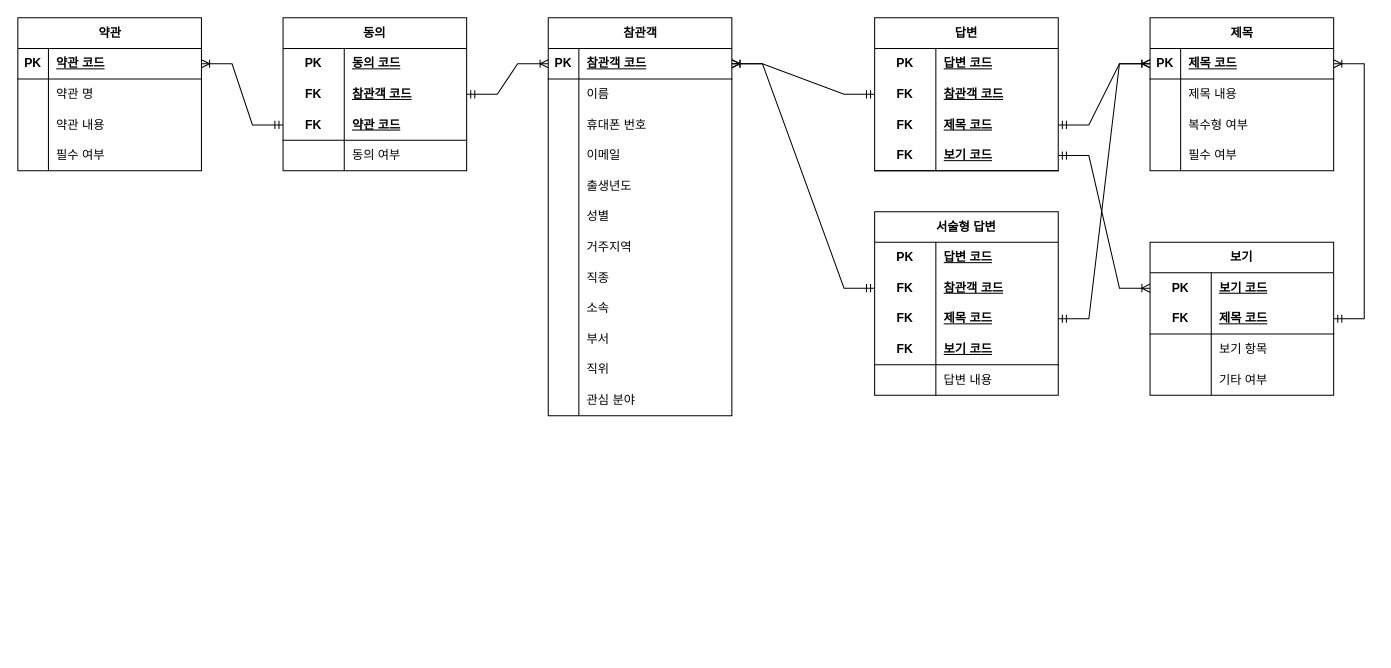
This is page "RM" (2 of 2) of space-design-fair-pre-erd.drawio from hann0079/erd-for-es, a draw.io file, before an edit. Source tidied: cells renumbered, new cells numbered last; positions are measured from the earlier drawing's top-left corner, leaving out a move shared by most shapes. Both pictures are drawn from the tidied source at 102%, with x=0, y=0 at pixel (17, 17).
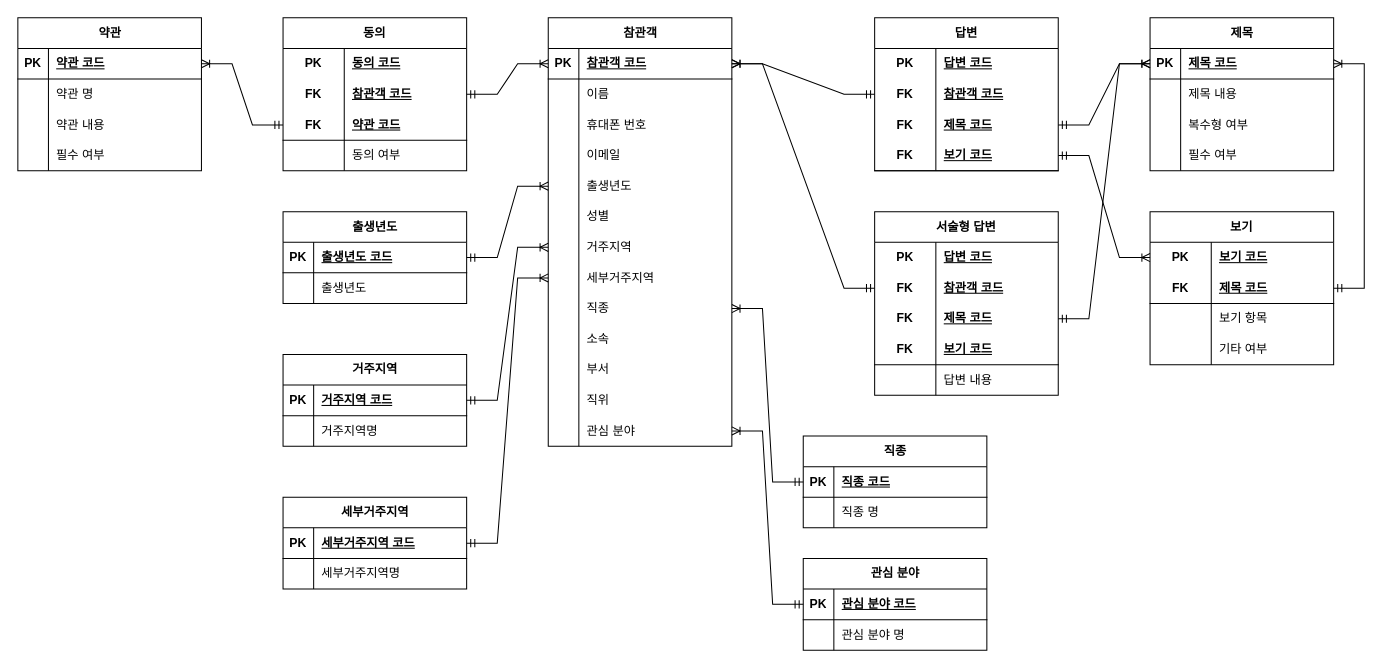
The same page after the edit.

The change refers to these unchanged cells:
```xml
<mxCell id="28" style="shape=tableRow;horizontal=0;startSize=0;swimlaneHead=0;swimlaneBody=0;fillColor=none;points=[[0,0.5],[1,0.5]];portConstraint=eastwest;top=0;left=0;right=0;bottom=0;" parent="15" vertex="1">
  <mxGeometry y="150" width="180" height="30" as="geometry" />
</mxCell>
<mxCell id="34" style="shape=tableRow;horizontal=0;startSize=0;swimlaneHead=0;swimlaneBody=0;fillColor=none;points=[[0,0.5],[1,0.5]];portConstraint=eastwest;top=0;left=0;right=0;bottom=0;" parent="15" vertex="1">
  <mxGeometry y="210" width="180" height="30" as="geometry" />
</mxCell>
```

The edit, as a diff of the source:
```diff
@@
     <mxCell id="15" value="참관객" style="shape=table;startSize=30;childLayout=tableLayout;rowLines=0;fontStyle=1;align=center;html=1;" parent="1" vertex="1">
-      <mxGeometry x="520" width="180" height="390" as="geometry" />
+      <mxGeometry x="520" width="180" height="420" as="geometry" />
     </mxCell>
@@
+    <mxCell id="128" style="shape=tableRow;horizontal=0;startSize=0;swimlaneHead=0;swimlaneBody=0;fillColor=none;points=[[0,0.5],[1,0.5]];portConstraint=eastwest;top=0;left=0;right=0;bottom=0;" parent="15" vertex="1">
+      <mxGeometry y="240" width="180" height="30" as="geometry" />
+    </mxCell>
+    <mxCell id="129" style="shape=partialRectangle;fillColor=none;top=0;left=0;bottom=0;right=0;overflow=hidden;whiteSpace=wrap;html=1;" parent="128" vertex="1">
+      <mxGeometry width="30" height="30" as="geometry" />
+    </mxCell>
+    <mxCell id="130" value="&lt;div&gt;세부거주지역&lt;/div&gt;" style="shape=partialRectangle;fillColor=none;top=0;left=0;bottom=0;right=0;align=left;spacingLeft=6;overflow=hidden;whiteSpace=wrap;html=1;" parent="128" vertex="1">
+      <mxGeometry x="30" width="150" height="30" as="geometry" />
+    </mxCell>
     <mxCell id="37" style="shape=tableRow;horizontal=0;startSize=0;swimlaneHead=0;swimlaneBody=0;fillColor=none;points=[[0,0.5],[1,0.5]];portConstraint=eastwest;top=0;left=0;right=0;bottom=0;" parent="15" vertex="1">
-      <mxGeometry y="240" width="180" height="30" as="geometry" />
+      <mxGeometry y="270" width="180" height="30" as="geometry" />
     </mxCell>
@@
     <mxCell id="40" style="shape=tableRow;horizontal=0;startSize=0;swimlaneHead=0;swimlaneBody=0;fillColor=none;top=0;left=0;right=0;bottom=0;" parent="15" vertex="1">
-      <mxGeometry y="270" width="180" height="30" as="geometry" />
+      <mxGeometry y="300" width="180" height="30" as="geometry" />
     </mxCell>
@@
     <mxCell id="43" style="shape=tableRow;horizontal=0;startSize=0;swimlaneHead=0;swimlaneBody=0;fillColor=none;top=0;left=0;right=0;bottom=0;" parent="15" vertex="1">
-      <mxGeometry y="300" width="180" height="30" as="geometry" />
+      <mxGeometry y="330" width="180" height="30" as="geometry" />
     </mxCell>
@@
     <mxCell id="46" style="shape=tableRow;horizontal=0;startSize=0;swimlaneHead=0;swimlaneBody=0;fillColor=none;top=0;left=0;right=0;bottom=0;" parent="15" vertex="1">
-      <mxGeometry y="330" width="180" height="30" as="geometry" />
+      <mxGeometry y="360" width="180" height="30" as="geometry" />
     </mxCell>
@@
     <mxCell id="49" style="shape=tableRow;horizontal=0;startSize=0;swimlaneHead=0;swimlaneBody=0;fillColor=none;points=[[0,0.5],[1,0.5]];portConstraint=eastwest;top=0;left=0;right=0;bottom=0;" parent="15" vertex="1">
-      <mxGeometry y="360" width="180" height="30" as="geometry" />
+      <mxGeometry y="390" width="180" height="30" as="geometry" />
     </mxCell>
@@
     <mxCell id="91" value="&lt;span style=&quot;text-wrap: nowrap;&quot;&gt;보기&lt;/span&gt;" style="shape=table;startSize=30;childLayout=tableLayout;rowLines=0;fontStyle=1;align=center;html=1;whiteSpace=wrap;" parent="1" vertex="1">
-      <mxGeometry x="1110" y="220" width="180" height="150" as="geometry" />
+      <mxGeometry x="1110" y="190" width="180" height="150" as="geometry" />
     </mxCell>
@@
+    <mxCell id="131" value="출생년도" style="shape=table;startSize=30;childLayout=tableLayout;rowLines=0;fontStyle=1;align=center;html=1;" parent="1" vertex="1">
+      <mxGeometry x="260" y="190" width="180" height="90" as="geometry" />
+    </mxCell>
+    <mxCell id="132" style="shape=tableRow;horizontal=0;startSize=0;swimlaneHead=0;swimlaneBody=0;fillColor=none;points=[[0,0.5],[1,0.5]];portConstraint=eastwest;top=0;left=0;right=0;bottom=1;" parent="131" vertex="1">
+      <mxGeometry y="30" width="180" height="30" as="geometry" />
+    </mxCell>
+    <mxCell id="133" value="PK" style="shape=partialRectangle;fillColor=none;top=0;left=0;bottom=0;right=0;fontStyle=1;overflow=hidden;whiteSpace=wrap;html=1;" parent="132" vertex="1">
+      <mxGeometry width="30" height="30" as="geometry" />
+    </mxCell>
+    <mxCell id="134" value="&lt;span style=&quot;text-align: center; text-wrap: nowrap;&quot;&gt;출생년도 코드&lt;/span&gt;" style="shape=partialRectangle;fillColor=none;top=0;left=0;bottom=0;right=0;align=left;spacingLeft=6;fontStyle=5;overflow=hidden;whiteSpace=wrap;html=1;" parent="132" vertex="1">
+      <mxGeometry x="30" width="150" height="30" as="geometry" />
+    </mxCell>
+    <mxCell id="135" style="shape=tableRow;horizontal=0;startSize=0;swimlaneHead=0;swimlaneBody=0;fillColor=none;top=0;left=0;right=0;bottom=0;" parent="131" vertex="1">
+      <mxGeometry y="60" width="180" height="30" as="geometry" />
+    </mxCell>
+    <mxCell id="136" style="shape=partialRectangle;fillColor=none;top=0;left=0;bottom=0;right=0;overflow=hidden;whiteSpace=wrap;html=1;" parent="135" vertex="1">
+      <mxGeometry width="30" height="30" as="geometry" />
+    </mxCell>
+    <mxCell id="137" value="출생년도" style="shape=partialRectangle;fillColor=none;top=0;left=0;bottom=0;right=0;align=left;spacingLeft=6;overflow=hidden;whiteSpace=wrap;html=1;" parent="135" vertex="1">
+      <mxGeometry x="30" width="150" height="30" as="geometry" />
+    </mxCell>
+    <mxCell id="138" value="거주지역" style="shape=table;startSize=30;childLayout=tableLayout;rowLines=0;fontStyle=1;align=center;html=1;" parent="1" vertex="1">
+      <mxGeometry x="260" y="330" width="180" height="90" as="geometry" />
+    </mxCell>
+    <mxCell id="139" style="shape=tableRow;horizontal=0;startSize=0;swimlaneHead=0;swimlaneBody=0;fillColor=none;points=[[0,0.5],[1,0.5]];portConstraint=eastwest;top=0;left=0;right=0;bottom=1;" parent="138" vertex="1">
+      <mxGeometry y="30" width="180" height="30" as="geometry" />
+    </mxCell>
+    <mxCell id="140" value="PK" style="shape=partialRectangle;fillColor=none;top=0;left=0;bottom=0;right=0;fontStyle=1;overflow=hidden;whiteSpace=wrap;html=1;" parent="139" vertex="1">
+      <mxGeometry width="30" height="30" as="geometry" />
+    </mxCell>
+    <mxCell id="141" value="&lt;span style=&quot;text-align: center; text-wrap: nowrap;&quot;&gt;거주지역 코드&lt;/span&gt;" style="shape=partialRectangle;fillColor=none;top=0;left=0;bottom=0;right=0;align=left;spacingLeft=6;fontStyle=5;overflow=hidden;whiteSpace=wrap;html=1;" parent="139" vertex="1">
+      <mxGeometry x="30" width="150" height="30" as="geometry" />
+    </mxCell>
+    <mxCell id="142" style="shape=tableRow;horizontal=0;startSize=0;swimlaneHead=0;swimlaneBody=0;fillColor=none;top=0;left=0;right=0;bottom=0;" parent="138" vertex="1">
+      <mxGeometry y="60" width="180" height="30" as="geometry" />
+    </mxCell>
+    <mxCell id="143" style="shape=partialRectangle;fillColor=none;top=0;left=0;bottom=0;right=0;overflow=hidden;whiteSpace=wrap;html=1;" parent="142" vertex="1">
+      <mxGeometry width="30" height="30" as="geometry" />
+    </mxCell>
+    <mxCell id="144" value="거주지역명" style="shape=partialRectangle;fillColor=none;top=0;left=0;bottom=0;right=0;align=left;spacingLeft=6;overflow=hidden;whiteSpace=wrap;html=1;" parent="142" vertex="1">
+      <mxGeometry x="30" width="150" height="30" as="geometry" />
+    </mxCell>
+    <mxCell id="145" value="세부거주지역" style="shape=table;startSize=30;childLayout=tableLayout;rowLines=0;fontStyle=1;align=center;html=1;" parent="1" vertex="1">
+      <mxGeometry x="260" y="470" width="180" height="90" as="geometry" />
+    </mxCell>
+    <mxCell id="146" style="shape=tableRow;horizontal=0;startSize=0;swimlaneHead=0;swimlaneBody=0;fillColor=none;top=0;left=0;right=0;bottom=1;" parent="145" vertex="1">
+      <mxGeometry y="30" width="180" height="30" as="geometry" />
+    </mxCell>
+    <mxCell id="147" value="PK" style="shape=partialRectangle;fillColor=none;top=0;left=0;bottom=0;right=0;fontStyle=1;overflow=hidden;whiteSpace=wrap;html=1;" parent="146" vertex="1">
+      <mxGeometry width="30" height="30" as="geometry" />
+    </mxCell>
+    <mxCell id="148" value="&lt;span style=&quot;text-align: center; text-wrap: nowrap;&quot;&gt;세부거주지역 코드&lt;/span&gt;" style="shape=partialRectangle;fillColor=none;top=0;left=0;bottom=0;right=0;align=left;spacingLeft=6;fontStyle=5;overflow=hidden;whiteSpace=wrap;html=1;" parent="146" vertex="1">
+      <mxGeometry x="30" width="150" height="30" as="geometry" />
+    </mxCell>
+    <mxCell id="149" style="shape=tableRow;horizontal=0;startSize=0;swimlaneHead=0;swimlaneBody=0;fillColor=none;top=0;left=0;right=0;bottom=0;" parent="145" vertex="1">
+      <mxGeometry y="60" width="180" height="30" as="geometry" />
+    </mxCell>
+    <mxCell id="150" style="shape=partialRectangle;fillColor=none;top=0;left=0;bottom=0;right=0;overflow=hidden;whiteSpace=wrap;html=1;" parent="149" vertex="1">
+      <mxGeometry width="30" height="30" as="geometry" />
+    </mxCell>
+    <mxCell id="151" value="세부거주지역명" style="shape=partialRectangle;fillColor=none;top=0;left=0;bottom=0;right=0;align=left;spacingLeft=6;overflow=hidden;whiteSpace=wrap;html=1;" parent="149" vertex="1">
+      <mxGeometry x="30" width="150" height="30" as="geometry" />
+    </mxCell>
+    <mxCell id="152" value="직종" style="shape=table;startSize=30;childLayout=tableLayout;rowLines=0;fontStyle=1;align=center;html=1;" parent="1" vertex="1">
+      <mxGeometry x="770" y="410" width="180" height="90" as="geometry" />
+    </mxCell>
+    <mxCell id="153" style="shape=tableRow;horizontal=0;startSize=0;swimlaneHead=0;swimlaneBody=0;fillColor=none;points=[[0,0.5],[1,0.5]];portConstraint=eastwest;top=0;left=0;right=0;bottom=1;" parent="152" vertex="1">
+      <mxGeometry y="30" width="180" height="30" as="geometry" />
+    </mxCell>
+    <mxCell id="154" value="PK" style="shape=partialRectangle;fillColor=none;top=0;left=0;bottom=0;right=0;fontStyle=1;overflow=hidden;whiteSpace=wrap;html=1;" parent="153" vertex="1">
+      <mxGeometry width="30" height="30" as="geometry" />
+    </mxCell>
+    <mxCell id="155" value="&lt;span style=&quot;text-align: center; text-wrap: nowrap;&quot;&gt;직종 코드&lt;/span&gt;" style="shape=partialRectangle;fillColor=none;top=0;left=0;bottom=0;right=0;align=left;spacingLeft=6;fontStyle=5;overflow=hidden;whiteSpace=wrap;html=1;" parent="153" vertex="1">
+      <mxGeometry x="30" width="150" height="30" as="geometry" />
+    </mxCell>
+    <mxCell id="156" style="shape=tableRow;horizontal=0;startSize=0;swimlaneHead=0;swimlaneBody=0;fillColor=none;top=0;left=0;right=0;bottom=0;" parent="152" vertex="1">
+      <mxGeometry y="60" width="180" height="30" as="geometry" />
+    </mxCell>
+    <mxCell id="157" style="shape=partialRectangle;fillColor=none;top=0;left=0;bottom=0;right=0;overflow=hidden;whiteSpace=wrap;html=1;" parent="156" vertex="1">
+      <mxGeometry width="30" height="30" as="geometry" />
+    </mxCell>
+    <mxCell id="158" value="직종 명" style="shape=partialRectangle;fillColor=none;top=0;left=0;bottom=0;right=0;align=left;spacingLeft=6;overflow=hidden;whiteSpace=wrap;html=1;" parent="156" vertex="1">
+      <mxGeometry x="30" width="150" height="30" as="geometry" />
+    </mxCell>
+    <mxCell id="159" value="관심 분야" style="shape=table;startSize=30;childLayout=tableLayout;rowLines=0;fontStyle=1;align=center;html=1;" parent="1" vertex="1">
+      <mxGeometry x="770" y="530" width="180" height="90" as="geometry" />
+    </mxCell>
+    <mxCell id="160" style="shape=tableRow;horizontal=0;startSize=0;swimlaneHead=0;swimlaneBody=0;fillColor=none;points=[[0,0.5],[1,0.5]];portConstraint=eastwest;top=0;left=0;right=0;bottom=1;" parent="159" vertex="1">
+      <mxGeometry y="30" width="180" height="30" as="geometry" />
+    </mxCell>
+    <mxCell id="161" value="PK" style="shape=partialRectangle;fillColor=none;top=0;left=0;bottom=0;right=0;fontStyle=1;overflow=hidden;whiteSpace=wrap;html=1;" parent="160" vertex="1">
+      <mxGeometry width="30" height="30" as="geometry" />
+    </mxCell>
+    <mxCell id="162" value="&lt;span style=&quot;text-align: center; text-wrap: nowrap;&quot;&gt;관심 분야 코드&lt;/span&gt;" style="shape=partialRectangle;fillColor=none;top=0;left=0;bottom=0;right=0;align=left;spacingLeft=6;fontStyle=5;overflow=hidden;whiteSpace=wrap;html=1;" parent="160" vertex="1">
+      <mxGeometry x="30" width="150" height="30" as="geometry" />
+    </mxCell>
+    <mxCell id="163" style="shape=tableRow;horizontal=0;startSize=0;swimlaneHead=0;swimlaneBody=0;fillColor=none;top=0;left=0;right=0;bottom=0;" parent="159" vertex="1">
+      <mxGeometry y="60" width="180" height="30" as="geometry" />
+    </mxCell>
+    <mxCell id="164" style="shape=partialRectangle;fillColor=none;top=0;left=0;bottom=0;right=0;overflow=hidden;whiteSpace=wrap;html=1;" parent="163" vertex="1">
+      <mxGeometry width="30" height="30" as="geometry" />
+    </mxCell>
+    <mxCell id="165" value="관심 분야 명" style="shape=partialRectangle;fillColor=none;top=0;left=0;bottom=0;right=0;align=left;spacingLeft=6;overflow=hidden;whiteSpace=wrap;html=1;" parent="163" vertex="1">
+      <mxGeometry x="30" width="150" height="30" as="geometry" />
+    </mxCell>
+    <mxCell id="166" style="edgeStyle=entityRelationEdgeStyle;fontSize=12;html=1;endArrow=ERoneToMany;startArrow=ERmandOne;rounded=0;entryX=0;entryY=0.5;entryDx=0;entryDy=0;exitX=1;exitY=0.5;exitDx=0;exitDy=0;" parent="1" edge="1" source="132" target="28">
+      <mxGeometry relative="1" as="geometry" />
+    </mxCell>
+    <mxCell id="167" style="edgeStyle=entityRelationEdgeStyle;fontSize=12;html=1;endArrow=ERoneToMany;startArrow=ERmandOne;rounded=0;exitX=1;exitY=0.5;exitDx=0;exitDy=0;" parent="1" edge="1" source="139" target="34">
+      <mxGeometry relative="1" as="geometry" />
+    </mxCell>
+    <mxCell id="168" style="edgeStyle=entityRelationEdgeStyle;fontSize=12;html=1;endArrow=ERoneToMany;startArrow=ERmandOne;rounded=0;" parent="1" edge="1" target="128">
+      <mxGeometry relative="1" as="geometry">
+        <mxPoint x="440" y="515" as="sourcePoint" />
+      </mxGeometry>
+    </mxCell>
+    <mxCell id="169" style="edgeStyle=entityRelationEdgeStyle;fontSize=12;html=1;endArrow=ERoneToMany;startArrow=ERmandOne;rounded=0;exitX=0;exitY=0.5;exitDx=0;exitDy=0;" parent="1" edge="1" source="153" target="37">
+      <mxGeometry relative="1" as="geometry" />
+    </mxCell>
+    <mxCell id="170" style="edgeStyle=entityRelationEdgeStyle;fontSize=12;html=1;endArrow=ERoneToMany;startArrow=ERmandOne;rounded=0;exitX=0;exitY=0.5;exitDx=0;exitDy=0;entryX=1;entryY=0.5;entryDx=0;entryDy=0;" parent="1" edge="1" source="160" target="49">
+      <mxGeometry relative="1" as="geometry" />
+    </mxCell>
```
